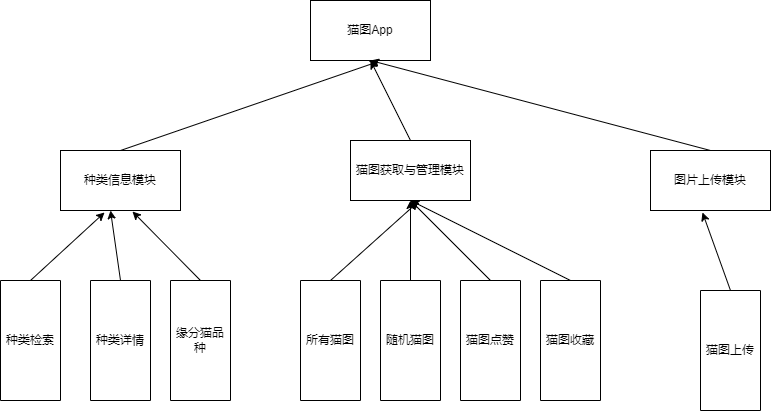
This is 猫图总功能模块图.drawio.png from JackeyTower/pic-work, a draw.io export, as it was before one commit. Source tidied: cells renumbered, new cells last; positions are measured from the earlier drawing's top-left corner, leaving out a move shared by most shapes. Its diagram source:
```xml
<mxGraphModel>
  <root>
    <mxCell id="0" />
    <mxCell id="1" parent="0" />
    <mxCell id="2" value="猫图App" style="rounded=0;whiteSpace=wrap;html=1;" parent="1" vertex="1">
      <mxGeometry x="310" width="120" height="60" as="geometry" />
    </mxCell>
    <mxCell id="3" style="edgeStyle=none;rounded=0;jettySize=auto;html=1;exitX=0.5;exitY=0;exitDx=0;exitDy=0;entryX=0.567;entryY=1.017;entryDx=0;entryDy=0;entryPerimeter=0;" parent="1" edge="1" source="4" target="2">
      <mxGeometry relative="1" as="geometry" />
    </mxCell>
    <mxCell id="4" value="种类信息模块" style="rounded=0;whiteSpace=wrap;html=1;" parent="1" vertex="1">
      <mxGeometry x="60" y="150" width="120" height="60" as="geometry" />
    </mxCell>
    <mxCell id="5" style="edgeStyle=none;rounded=0;jettySize=auto;html=1;exitX=0.5;exitY=0;exitDx=0;exitDy=0;" parent="1" edge="1" source="6">
      <mxGeometry relative="1" as="geometry">
        <mxPoint x="370" y="60" as="targetPoint" />
      </mxGeometry>
    </mxCell>
    <mxCell id="6" value="&lt;p class=&quot;MsoNormal&quot;&gt;&lt;span style=&quot;mso-spacerun:'yes';font-family:宋体;font-size:10.5000pt;&lt;br/&gt;mso-font-kerning:1.0000pt;&quot;&gt;猫图获取与管理模块&lt;/span&gt;&lt;/p&gt;" style="rounded=0;whiteSpace=wrap;html=1;" parent="1" vertex="1">
      <mxGeometry x="350" y="140" width="120" height="60" as="geometry" />
    </mxCell>
    <mxCell id="7" style="edgeStyle=none;rounded=0;jettySize=auto;html=1;exitX=0.5;exitY=0;exitDx=0;exitDy=0;entryX=0.5;entryY=1;entryDx=0;entryDy=0;" parent="1" edge="1" source="8" target="2">
      <mxGeometry relative="1" as="geometry" />
    </mxCell>
    <mxCell id="8" value="&lt;p class=&quot;MsoNormal&quot;&gt;&lt;span style=&quot;mso-spacerun:'yes';font-family:宋体;font-size:10.5000pt;&lt;br/&gt;mso-font-kerning:1.0000pt;&quot;&gt;图片上传模块&lt;/span&gt;&lt;/p&gt;" style="rounded=0;whiteSpace=wrap;html=1;" parent="1" vertex="1">
      <mxGeometry x="650" y="150" width="120" height="60" as="geometry" />
    </mxCell>
    <mxCell id="9" style="edgeStyle=none;rounded=0;jettySize=auto;html=1;exitX=0;exitY=0.5;exitDx=0;exitDy=0;entryX=0.367;entryY=1.033;entryDx=0;entryDy=0;entryPerimeter=0;" parent="1" edge="1" source="10" target="4">
      <mxGeometry relative="1" as="geometry" />
    </mxCell>
    <mxCell id="10" value="种类检索" style="rounded=0;whiteSpace=wrap;html=1;direction=south;" parent="1" vertex="1">
      <mxGeometry y="280" width="60" height="120" as="geometry" />
    </mxCell>
    <mxCell id="11" style="edgeStyle=none;rounded=0;jettySize=auto;html=1;exitX=0;exitY=0.5;exitDx=0;exitDy=0;" parent="1" edge="1" source="12">
      <mxGeometry relative="1" as="geometry">
        <mxPoint x="110" y="210" as="targetPoint" />
      </mxGeometry>
    </mxCell>
    <mxCell id="12" value="种类详情" style="rounded=0;whiteSpace=wrap;html=1;direction=south;" parent="1" vertex="1">
      <mxGeometry x="90" y="280" width="60" height="120" as="geometry" />
    </mxCell>
    <mxCell id="13" style="edgeStyle=none;rounded=0;jettySize=auto;html=1;exitX=0;exitY=0.5;exitDx=0;exitDy=0;entryX=0.6;entryY=1.017;entryDx=0;entryDy=0;entryPerimeter=0;" parent="1" edge="1" source="14" target="4">
      <mxGeometry relative="1" as="geometry" />
    </mxCell>
    <mxCell id="14" value="缘分猫品种" style="rounded=0;whiteSpace=wrap;html=1;direction=south;" parent="1" vertex="1">
      <mxGeometry x="170" y="280" width="60" height="120" as="geometry" />
    </mxCell>
    <mxCell id="15" style="edgeStyle=none;rounded=0;jettySize=auto;html=1;exitX=0;exitY=0.5;exitDx=0;exitDy=0;" parent="1" edge="1" source="16" target="6">
      <mxGeometry relative="1" as="geometry" />
    </mxCell>
    <mxCell id="16" value="随机猫图&lt;span style=&quot;color: rgba(0, 0, 0, 0); font-family: monospace; font-size: 0px; text-align: start;&quot;&gt;%3CmxGraphModel%3E%3Croot%3E%3CmxCell%20id%3D%220%22%2F%3E%3CmxCell%20id%3D%221%22%20parent%3D%220%22%2F%3E%3CmxCell%20id%3D%222%22%20value%3D%22%E7%A7%8D%E7%B1%BB%E6%A3%80%E7%B4%A2%22%20style%3D%22rounded%3D0%3BwhiteSpace%3Dwrap%3Bhtml%3D1%3Bdirection%3Dsouth%3B%22%20vertex%3D%221%22%20parent%3D%221%22%3E%3CmxGeometry%20x%3D%22280%22%20y%3D%22310%22%20width%3D%2260%22%20height%3D%22120%22%20as%3D%22geometry%22%2F%3E%3C%2FmxCell%3E%3C%2Froot%3E%3C%2FmxGraphModel%3E&lt;/span&gt;" style="rounded=0;whiteSpace=wrap;html=1;direction=south;" parent="1" vertex="1">
      <mxGeometry x="380" y="280" width="60" height="120" as="geometry" />
    </mxCell>
    <mxCell id="17" style="edgeStyle=none;rounded=0;jettySize=auto;html=1;exitX=0;exitY=0.5;exitDx=0;exitDy=0;entryX=0.567;entryY=1.017;entryDx=0;entryDy=0;entryPerimeter=0;" parent="1" edge="1" source="18" target="6">
      <mxGeometry relative="1" as="geometry" />
    </mxCell>
    <mxCell id="18" value="所有猫图&lt;span style=&quot;color: rgba(0, 0, 0, 0); font-family: monospace; font-size: 0px; text-align: start;&quot;&gt;%3CmxGraphModel%3E%3Croot%3E%3CmxCell%20id%3D%220%22%2F%3E%3CmxCell%20id%3D%221%22%20parent%3D%220%22%2F%3E%3CmxCell%20id%3D%222%22%20value%3D%22%E7%A7%8D%E7%B1%BB%E6%A3%80%E7%B4%A2%22%20style%3D%22rounded%3D0%3BwhiteSpace%3Dwrap%3Bhtml%3D1%3Bdirection%3Dsouth%3B%22%20vertex%3D%221%22%20parent%3D%221%22%3E%3CmxGeometry%20x%3D%22280%22%20y%3D%22310%22%20width%3D%2260%22%20height%3D%22120%22%20as%3D%22geometry%22%2F%3E%3C%2FmxCell%3E%3C%2Froot%3E%3C%2FmxGraphModel%3E&lt;/span&gt;" style="rounded=0;whiteSpace=wrap;html=1;direction=south;" parent="1" vertex="1">
      <mxGeometry x="300" y="280" width="60" height="120" as="geometry" />
    </mxCell>
    <mxCell id="19" style="edgeStyle=none;rounded=0;jettySize=auto;html=1;exitX=0;exitY=0.5;exitDx=0;exitDy=0;" parent="1" edge="1" source="20">
      <mxGeometry relative="1" as="geometry">
        <mxPoint x="410" y="200" as="targetPoint" />
      </mxGeometry>
    </mxCell>
    <mxCell id="20" value="猫图点赞" style="rounded=0;whiteSpace=wrap;html=1;direction=south;" parent="1" vertex="1">
      <mxGeometry x="460" y="280" width="60" height="120" as="geometry" />
    </mxCell>
    <mxCell id="21" style="edgeStyle=none;rounded=0;jettySize=auto;html=1;exitX=0;exitY=0.5;exitDx=0;exitDy=0;entryX=0.5;entryY=1;entryDx=0;entryDy=0;" parent="1" edge="1" source="22" target="6">
      <mxGeometry relative="1" as="geometry" />
    </mxCell>
    <mxCell id="22" value="猫图收藏" style="rounded=0;whiteSpace=wrap;html=1;direction=south;" parent="1" vertex="1">
      <mxGeometry x="540" y="280" width="60" height="120" as="geometry" />
    </mxCell>
    <mxCell id="23" style="edgeStyle=none;rounded=0;jettySize=auto;html=1;exitX=0;exitY=0.5;exitDx=0;exitDy=0;entryX=0.433;entryY=1.033;entryDx=0;entryDy=0;entryPerimeter=0;" parent="1" edge="1" source="24" target="8">
      <mxGeometry relative="1" as="geometry" />
    </mxCell>
    <mxCell id="24" value="猫图上传" style="rounded=0;whiteSpace=wrap;html=1;direction=south;" parent="1" vertex="1">
      <mxGeometry x="700" y="290" width="60" height="120" as="geometry" />
    </mxCell>
  </root>
</mxGraphModel>
```
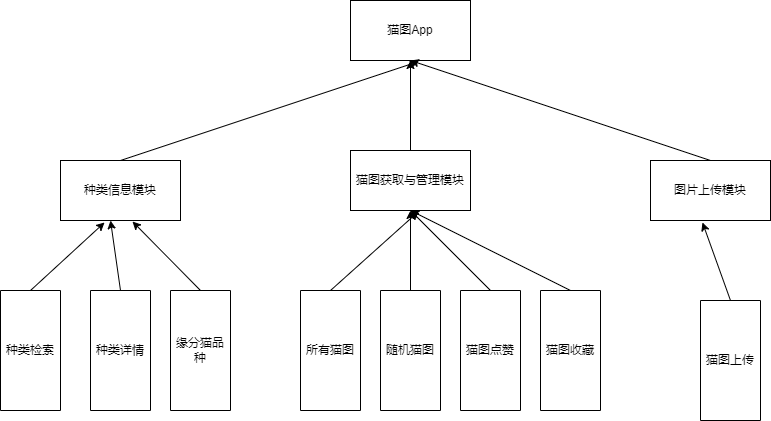
Above is the later version.

Commit message:
Update 猫图总功能模块图.drawio.png

Change to the diagram source:
```diff
@@ -3,7 +3,7 @@
     <mxCell id="0" />
     <mxCell id="1" parent="0" />
     <mxCell id="2" value="猫图App" style="rounded=0;whiteSpace=wrap;html=1;" parent="1" vertex="1">
-      <mxGeometry x="310" width="120" height="60" as="geometry" />
+      <mxGeometry x="350" y="-10" width="120" height="60" as="geometry" />
     </mxCell>
     <mxCell id="3" style="edgeStyle=none;rounded=0;jettySize=auto;html=1;exitX=0.5;exitY=0;exitDx=0;exitDy=0;entryX=0.567;entryY=1.017;entryDx=0;entryDy=0;entryPerimeter=0;" parent="1" edge="1" source="4" target="2">
       <mxGeometry relative="1" as="geometry" />
@@ -11,10 +11,8 @@
     <mxCell id="4" value="种类信息模块" style="rounded=0;whiteSpace=wrap;html=1;" parent="1" vertex="1">
       <mxGeometry x="60" y="150" width="120" height="60" as="geometry" />
     </mxCell>
-    <mxCell id="5" style="edgeStyle=none;rounded=0;jettySize=auto;html=1;exitX=0.5;exitY=0;exitDx=0;exitDy=0;" parent="1" edge="1" source="6">
-      <mxGeometry relative="1" as="geometry">
-        <mxPoint x="370" y="60" as="targetPoint" />
-      </mxGeometry>
+    <mxCell id="5" style="edgeStyle=none;rounded=0;jettySize=auto;html=1;exitX=0.5;exitY=0;exitDx=0;exitDy=0;" parent="1" edge="1" source="6" target="2">
+      <mxGeometry relative="1" as="geometry" />
     </mxCell>
     <mxCell id="6" value="&lt;p class=&quot;MsoNormal&quot;&gt;&lt;span style=&quot;mso-spacerun:'yes';font-family:宋体;font-size:10.5000pt;&lt;br/&gt;mso-font-kerning:1.0000pt;&quot;&gt;猫图获取与管理模块&lt;/span&gt;&lt;/p&gt;" style="rounded=0;whiteSpace=wrap;html=1;" parent="1" vertex="1">
       <mxGeometry x="350" y="140" width="120" height="60" as="geometry" />
```
